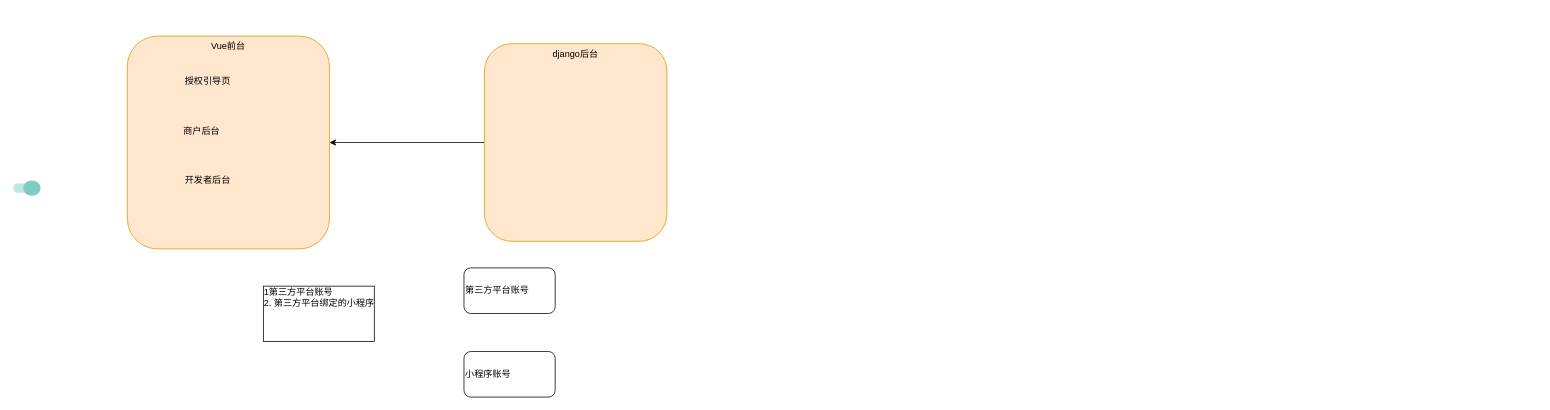
Earlier version of the draw.io diagram page "Page-1" (1 of 3) of assets/drawio/wxa_platform.drawio (atanx/atanx.github.io). Source tidied: cells renumbered, new cells numbered last; positions are measured from the earlier drawing's top-left corner, leaving out a move shared by most shapes. Both pictures are drawn from the tidied source at 76%, with x=0, y=0 at pixel (13, 36).
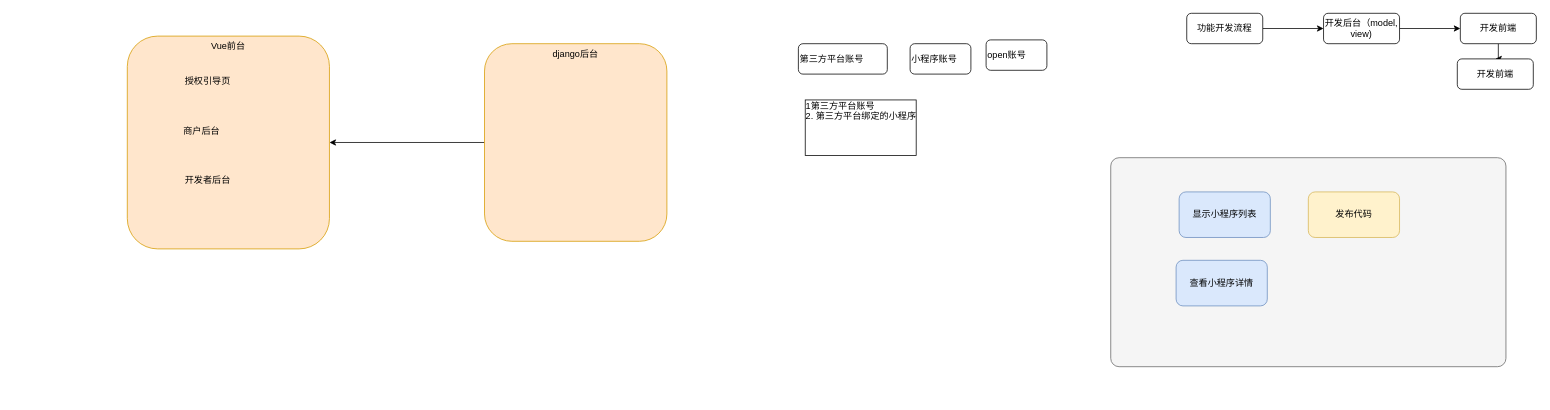
The same diagram, later.

Diff of the diagram source:
```diff
@@
+    <mxCell id="12" style="rounded=1;whiteSpace=wrap;html=1;arcSize=4;fillColor=#f5f5f5;strokeColor=#666666;fontColor=#333333;" parent="1" vertex="1">
+      <mxGeometry x="1444" y="160" width="520" height="275" as="geometry" />
+    </mxCell>
@@
     <mxCell id="8" value="1第三方平台账号&#10;2. 第三方平台绑定的小程序&#10;&#10;&#10;" style="text;strokeColor=none;fillColor=none;align=left;verticalAlign=top;whiteSpace=wrap;rounded=0;labelBackgroundColor=#ffffff;labelBorderColor=#000000;spacing=9;" parent="1" vertex="1">
-      <mxGeometry x="320" y="315" width="170" height="90" as="geometry" />
+      <mxGeometry x="1033" y="70" width="170" height="90" as="geometry" />
     </mxCell>
     <mxCell id="9" value="第三方平台账号" style="rounded=1;whiteSpace=wrap;html=1;align=left;" parent="1" vertex="1">
-      <mxGeometry x="593" y="305" width="120" height="60" as="geometry" />
+      <mxGeometry x="1033" y="10" width="117" height="40" as="geometry" />
     </mxCell>
     <mxCell id="10" value="小程序账号" style="rounded=1;whiteSpace=wrap;html=1;align=left;" parent="1" vertex="1">
-      <mxGeometry x="593" y="415" width="120" height="60" as="geometry" />
+      <mxGeometry x="1180" y="10" width="80" height="40" as="geometry" />
     </mxCell>
-    <mxCell id="11" style="dashed=0;labelPosition=right;align=left;shape=mxgraph.gmdl.switch;switchState=on;strokeColor=none;fillColor=#80CBC4;labelBackgroundColor=#ffffff;html=0;" parent="1" vertex="1">
-      <mxGeometry y="190" width="36" height="20" as="geometry" />
-    </mxCell>
+    <mxCell id="13" value="发布代码" style="rounded=1;whiteSpace=wrap;html=1;fillColor=#fff2cc;strokeColor=#d6b656;" parent="1" vertex="1">
+      <mxGeometry x="1704" y="205" width="120" height="60" as="geometry" />
+    </mxCell>
+    <mxCell id="14" value="显示小程序列表" style="rounded=1;whiteSpace=wrap;html=1;fillColor=#dae8fc;strokeColor=#6c8ebf;" parent="1" vertex="1">
+      <mxGeometry x="1534" y="205" width="120" height="60" as="geometry" />
+    </mxCell>
+    <mxCell id="15" value="查看小程序详情" style="rounded=1;whiteSpace=wrap;html=1;fillColor=#dae8fc;strokeColor=#6c8ebf;" parent="1" vertex="1">
+      <mxGeometry x="1530" y="295" width="120" height="60" as="geometry" />
+    </mxCell>
+    <mxCell id="16" value="open账号" style="rounded=1;whiteSpace=wrap;html=1;align=left;" parent="1" vertex="1">
+      <mxGeometry x="1280" y="5" width="80" height="40" as="geometry" />
+    </mxCell>
+    <mxCell id="17" style="edgeStyle=orthogonalEdgeStyle;rounded=0;jettySize=auto;html=1;" parent="1" edge="1" source="18" target="20">
+      <mxGeometry relative="1" as="geometry" />
+    </mxCell>
+    <mxCell id="18" value="功能开发流程" style="rounded=1;whiteSpace=wrap;html=1;" parent="1" vertex="1">
+      <mxGeometry x="1544" y="-30" width="100" height="40" as="geometry" />
+    </mxCell>
+    <mxCell id="19" style="edgeStyle=orthogonalEdgeStyle;rounded=0;jettySize=auto;html=1;" parent="1" edge="1" source="20" target="22">
+      <mxGeometry relative="1" as="geometry" />
+    </mxCell>
+    <mxCell id="20" value="开发后台（model, view)" style="rounded=1;whiteSpace=wrap;html=1;" parent="1" vertex="1">
+      <mxGeometry x="1724" y="-30" width="100" height="40" as="geometry" />
+    </mxCell>
+    <mxCell id="21" style="edgeStyle=orthogonalEdgeStyle;rounded=0;jettySize=auto;html=1;" parent="1" edge="1" source="22" target="23">
+      <mxGeometry relative="1" as="geometry" />
+    </mxCell>
+    <mxCell id="22" value="开发前端" style="rounded=1;whiteSpace=wrap;html=1;" parent="1" vertex="1">
+      <mxGeometry x="1904" y="-30" width="100" height="40" as="geometry" />
+    </mxCell>
+    <mxCell id="23" value="开发前端" style="rounded=1;whiteSpace=wrap;html=1;" parent="1" vertex="1">
+      <mxGeometry x="1900" y="30" width="100" height="40" as="geometry" />
+    </mxCell>
```
